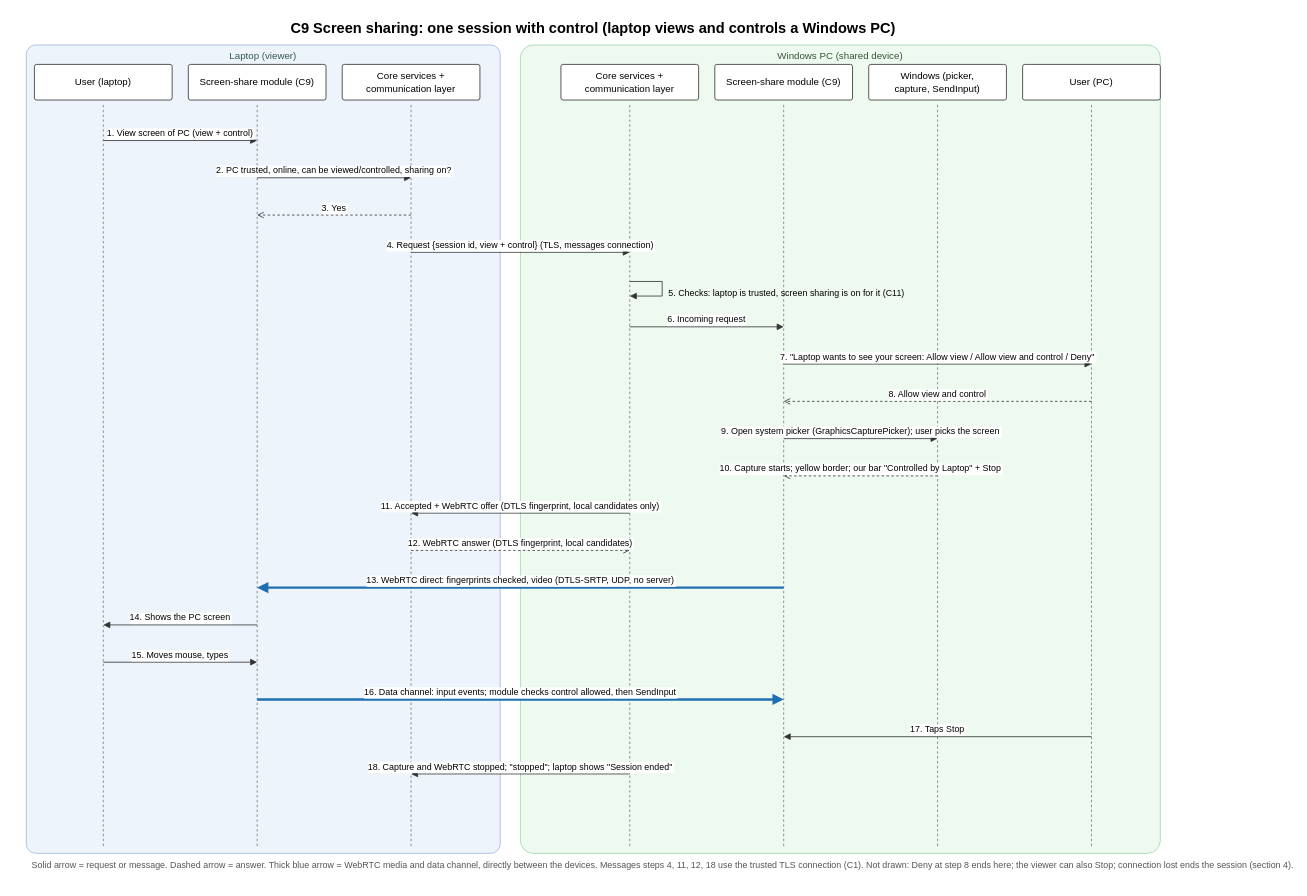
The draw.io diagram diagrams/C9-screen-sharing-sequence.drawio in mshraky3/graduation-project-phase-one, before the edit. Source tidied: cells renumbered, new cells numbered last; positions are measured from the earlier drawing's top-left corner, leaving out a move shared by most shapes. Both pictures are drawn from the tidied source at 81%, with x=0, y=0 at pixel (14, 14).
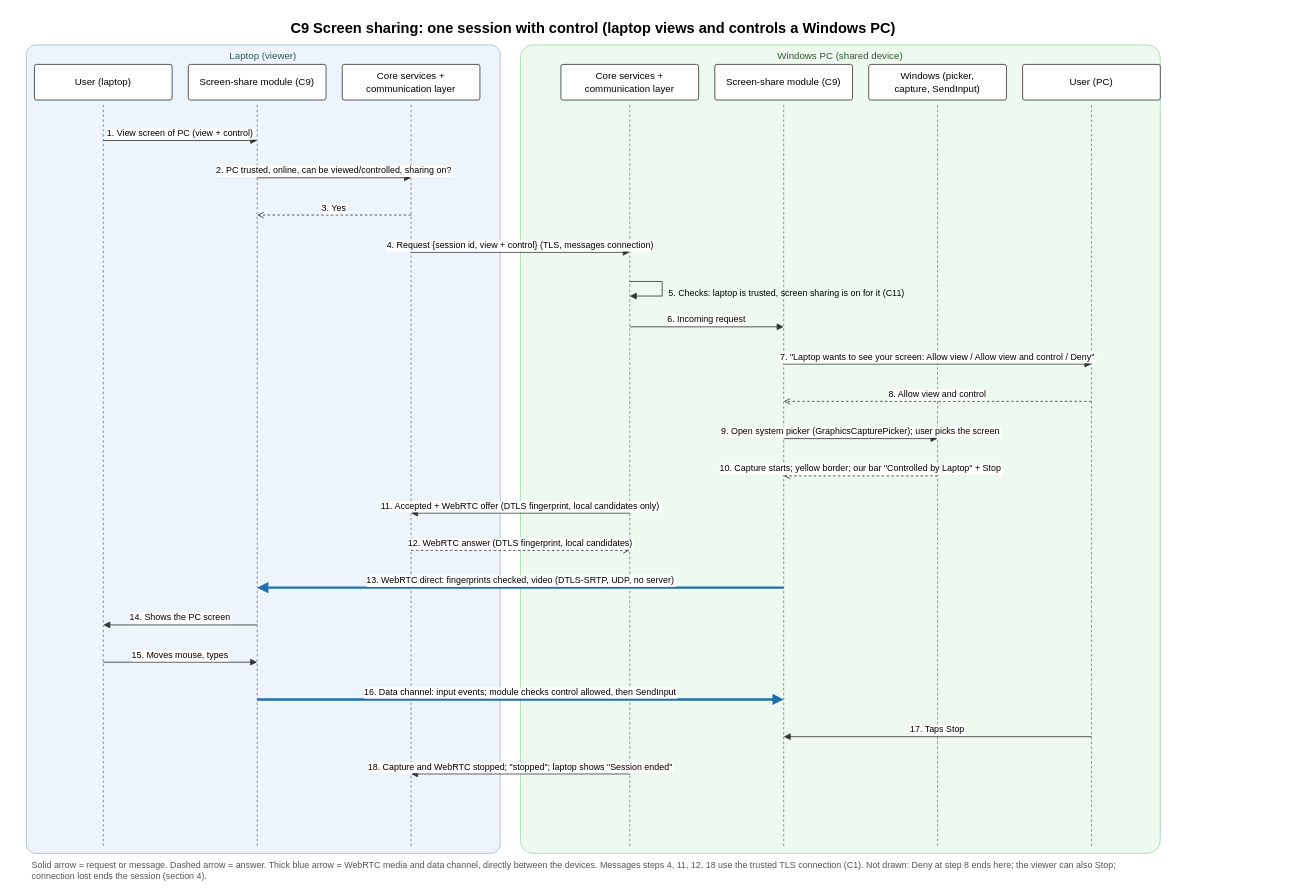
Above is the later version.

Commit message (it also covers changes not shown here):
C9: diagram footer on two lines

Claude-Session: https://claude.ai/code/session_016GejazKmg3x52U5w3YReLZ

Diff of the diagram source:
```diff
@@
-    <mxCell id="38" value="Solid arrow = request or message. Dashed arrow = answer. Thick blue arrow = WebRTC media and data channel, directly between the devices. Messages steps 4, 11, 12, 18 use the trusted TLS connection (C1). Not drawn: Deny at step 8 ends here; the viewer can also Stop; connection lost ends the session (section 4)." style="text;align=left;fontSize=11;fontColor=#555555;" parent="1" vertex="1">
-      <mxGeometry x="20" y="1038" width="1390" height="18" as="geometry" />
+    <mxCell id="38" value="Solid arrow = request or message. Dashed arrow = answer. Thick blue arrow = WebRTC media and data channel, directly between the devices. Messages steps 4, 11, 12, 18 use the trusted TLS connection (C1). Not drawn: Deny at step 8 ends here; the viewer can also Stop; connection lost ends the session (section 4)." style="text;align=left;whiteSpace=wrap;fontSize=11;fontColor=#555555;" parent="1" vertex="1">
+      <mxGeometry x="20" y="1038" width="1390" height="34" as="geometry" />
     </mxCell>
```
